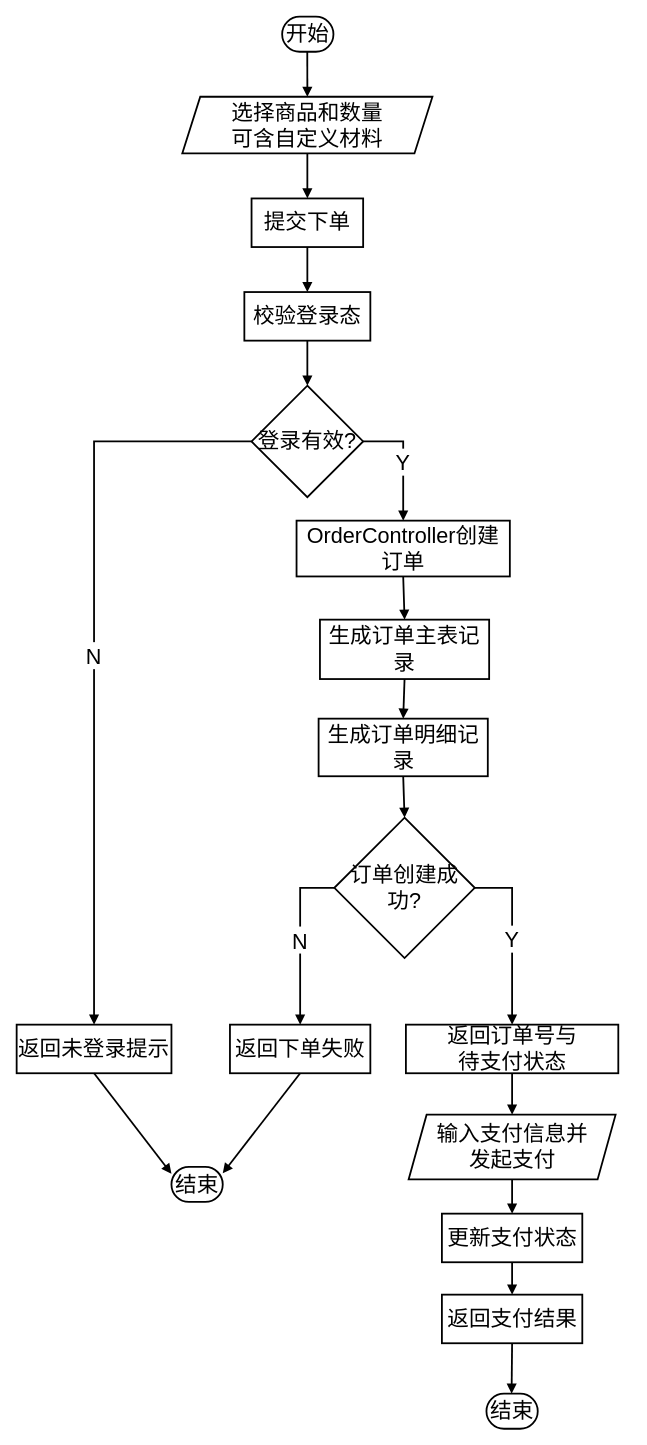
Before: 购买商品功能流程图.drawio in LichCarlos/darwIo, a draw.io diagram. Source tidied: cells renumbered, new cells numbered last; positions are measured from the earlier drawing's top-left corner, leaving out a move shared by most shapes. Both pictures are drawn from the tidied source at 90%, with x=0, y=0 at pixel (16, -513).
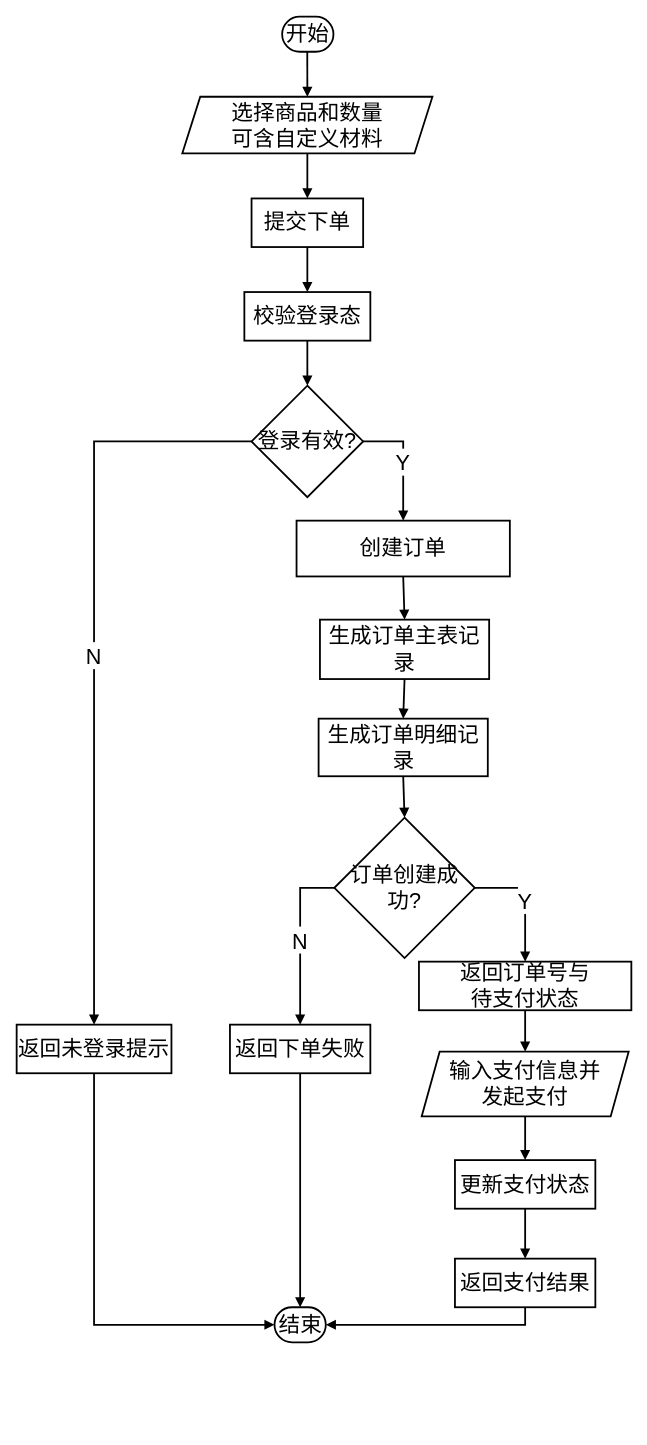
Above is the later version.

Commit message:
更新购买商品功能流程图.drawio

The change refers to these unchanged cells:
```xml
<mxCell id="10" value="返回未登录提示" style="whiteSpace=wrap;strokeWidth=2;fontSize=24;" parent="1" vertex="1">
  <mxGeometry y="1708" width="172" height="54" as="geometry" />
</mxCell>
<mxCell id="16" value="返回下单失败" style="whiteSpace=wrap;strokeWidth=2;fontSize=24;" parent="1" vertex="1">
  <mxGeometry x="237" y="1708" width="156" height="54" as="geometry" />
</mxCell>
```

Diff of the diagram source:
```diff
@@
-    <mxCell id="11" value="结束" style="rounded=1;whiteSpace=wrap;arcSize=50;strokeWidth=2;fontSize=24;" parent="1" vertex="1">
-      <mxGeometry x="172" y="1866" width="57" height="39" as="geometry" />
-    </mxCell>
-    <mxCell id="12" value="OrderController创建订单" style="whiteSpace=wrap;strokeWidth=2;fontSize=24;" parent="1" vertex="1">
+    <mxCell id="12" value="创建订单" style="whiteSpace=wrap;strokeWidth=2;fontSize=24;" parent="1" vertex="1">
       <mxGeometry x="311" y="1148" width="237" height="62" as="geometry" />
     </mxCell>
@@
     <mxCell id="17" value="返回订单号与&#10;待支付状态" style="whiteSpace=wrap;strokeWidth=2;fontSize=24;" parent="1" vertex="1">
-      <mxGeometry x="432.5" y="1708" width="236" height="54" as="geometry" />
+      <mxGeometry x="447" y="1638" width="236" height="54" as="geometry" />
     </mxCell>
     <mxCell id="18" value="输入支付信息并&#10;发起支付" style="shape=parallelogram;perimeter=parallelogramPerimeter;fixedSize=1;strokeWidth=2;whiteSpace=wrap;fontSize=24;" parent="1" vertex="1">
-      <mxGeometry x="435.5" y="1808" width="230" height="72" as="geometry" />
+      <mxGeometry x="450" y="1738" width="230" height="72" as="geometry" />
     </mxCell>
     <mxCell id="19" value="更新支付状态" style="whiteSpace=wrap;strokeWidth=2;fontSize=24;" parent="1" vertex="1">
-      <mxGeometry x="472.5" y="1918" width="156" height="54" as="geometry" />
+      <mxGeometry x="487" y="1858.5" width="156" height="54" as="geometry" />
     </mxCell>
     <mxCell id="20" value="返回支付结果" style="whiteSpace=wrap;strokeWidth=2;fontSize=24;" parent="1" vertex="1">
-      <mxGeometry x="472.5" y="2008" width="156" height="54" as="geometry" />
+      <mxGeometry x="487" y="1968" width="156" height="54" as="geometry" />
     </mxCell>
     <mxCell id="21" value="结束" style="rounded=1;whiteSpace=wrap;arcSize=50;strokeWidth=2;fontSize=24;" parent="1" vertex="1">
-      <mxGeometry x="522" y="2118" width="57" height="39" as="geometry" />
+      <mxGeometry x="286.5" y="2022" width="57" height="39" as="geometry" />
     </mxCell>
@@
-    <mxCell id="27" style="startArrow=none;endArrow=block;strokeWidth=2;exitX=0.5;exitY=1;entryX=-0.01;entryY=0.19;rounded=0;fontSize=24;" parent="1" edge="1" source="10" target="11">
+    <mxCell id="27" style="startArrow=none;endArrow=block;strokeWidth=2;exitX=0.5;exitY=1;entryX=0;entryY=0.5;rounded=0;fontSize=24;entryDx=0;entryDy=0;edgeStyle=orthogonalEdgeStyle;" parent="1" edge="1" source="10" target="21">
       <mxGeometry relative="1" as="geometry" />
     </mxCell>
@@
-    <mxCell id="33" style="startArrow=none;endArrow=block;strokeWidth=2;exitX=0.5;exitY=1;entryX=0.99;entryY=0.19;rounded=0;fontSize=24;" parent="1" edge="1" source="16" target="11">
+    <mxCell id="33" style="startArrow=none;endArrow=block;strokeWidth=2;exitX=0.5;exitY=1;entryX=0.5;entryY=0;rounded=0;fontSize=24;entryDx=0;entryDy=0;" parent="1" edge="1" source="16" target="21">
       <mxGeometry relative="1" as="geometry" />
     </mxCell>
@@
-    <mxCell id="38" style="curved=1;startArrow=none;endArrow=block;strokeWidth=2;exitX=0.5;exitY=1;entryX=0.49;entryY=-0.01;rounded=0;fontSize=24;" parent="1" edge="1" source="20" target="21">
+    <mxCell id="38" style="startArrow=none;endArrow=block;strokeWidth=2;exitX=0.5;exitY=1;entryX=1;entryY=0.5;rounded=0;fontSize=24;entryDx=0;entryDy=0;edgeStyle=orthogonalEdgeStyle;" parent="1" edge="1" source="20" target="21">
       <mxGeometry relative="1" as="geometry" />
     </mxCell>
```
